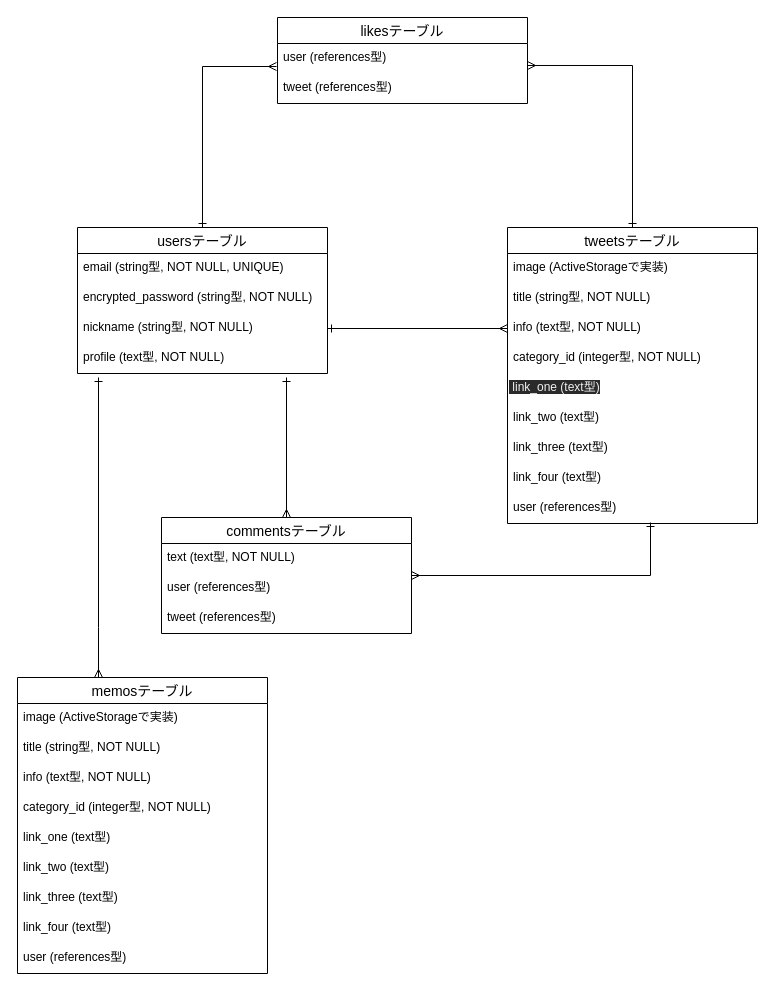
Earlier version of the draw.io diagram program_share_app.dio (deguchi0527/program-share-app). Source tidied: cells renumbered, new cells numbered last; positions are measured from the earlier drawing's top-left corner, leaving out a move shared by most shapes. Both pictures are drawn from the tidied source at 100%, with x=0, y=0 at pixel (17, 17).
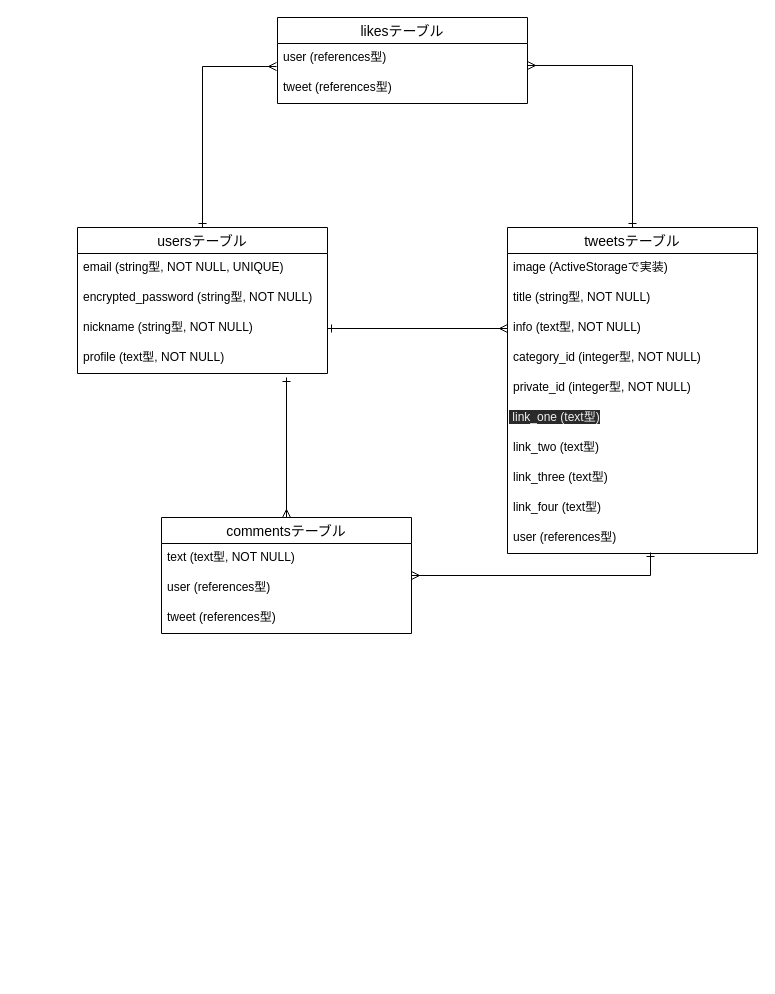
The same page after the edit.

Commit message (it also covers changes not shown here):
DB設計の変更

What changed in the source:
```diff
@@
     <mxCell id="9" value="tweetsテーブル" style="swimlane;fontStyle=0;horizontal=1;startSize=26;align=center;fontSize=14;" parent="1" vertex="1">
-      <mxGeometry x="490" y="210" width="250" height="296" as="geometry" />
+      <mxGeometry x="490" y="210" width="250" height="326" as="geometry" />
     </mxCell>
@@
+    <mxCell id="40" value="private_id (integer型, NOT NULL)" style="text;strokeColor=none;fillColor=none;spacingLeft=4;spacingRight=4;overflow=hidden;fontSize=12;" parent="9" vertex="1">
+      <mxGeometry y="146" width="250" height="30" as="geometry" />
+    </mxCell>
     <mxCell id="14" value="&lt;span style=&quot;color: rgb(240 , 240 , 240) ; font-family: &amp;#34;helvetica&amp;#34; ; font-size: 12px ; font-style: normal ; font-weight: 400 ; letter-spacing: normal ; text-align: left ; text-indent: 0px ; text-transform: none ; word-spacing: 0px ; background-color: rgb(42 , 42 , 42) ; display: inline ; float: none&quot;&gt;&amp;nbsp;link_one (text型)&lt;/span&gt;" style="text;whiteSpace=wrap;html=1;" parent="9" vertex="1">
-      <mxGeometry y="146" width="250" height="30" as="geometry" />
+      <mxGeometry y="176" width="250" height="30" as="geometry" />
     </mxCell>
     <mxCell id="15" value="link_two (text型)" style="text;strokeColor=none;fillColor=none;spacingLeft=4;spacingRight=4;overflow=hidden;fontSize=12;" parent="9" vertex="1">
-      <mxGeometry y="176" width="250" height="30" as="geometry" />
+      <mxGeometry y="206" width="250" height="30" as="geometry" />
     </mxCell>
     <mxCell id="16" value="link_three (text型)" style="text;strokeColor=none;fillColor=none;spacingLeft=4;spacingRight=4;overflow=hidden;fontSize=12;" parent="9" vertex="1">
-      <mxGeometry y="206" width="250" height="30" as="geometry" />
+      <mxGeometry y="236" width="250" height="30" as="geometry" />
     </mxCell>
     <mxCell id="17" value="link_four (text型)" style="text;strokeColor=none;fillColor=none;spacingLeft=4;spacingRight=4;overflow=hidden;fontSize=12;" parent="9" vertex="1">
-      <mxGeometry y="236" width="250" height="30" as="geometry" />
+      <mxGeometry y="266" width="250" height="30" as="geometry" />
     </mxCell>
     <mxCell id="18" value="user (references型)" style="text;strokeColor=none;fillColor=none;spacingLeft=4;spacingRight=4;overflow=hidden;points=[[0,0.5],[1,0.5]];portConstraint=eastwest;fontSize=12;" parent="9" vertex="1">
-      <mxGeometry y="266" width="250" height="30" as="geometry" />
+      <mxGeometry y="296" width="250" height="30" as="geometry" />
     </mxCell>
@@
-    <mxCell id="29" style="edgeStyle=orthogonalEdgeStyle;rounded=0;jettySize=auto;html=1;startArrow=ERmany;startFill=0;endArrow=ERone;endFill=0;" parent="1" edge="1" source="30">
-      <mxGeometry relative="1" as="geometry">
-        <mxPoint x="81" y="360" as="targetPoint" />
-        <Array as="points">
-          <mxPoint x="81" y="610" />
-          <mxPoint x="81" y="610" />
-        </Array>
-      </mxGeometry>
-    </mxCell>
-    <mxCell id="30" value="memosテーブル" style="swimlane;fontStyle=0;horizontal=1;startSize=26;align=center;fontSize=14;" parent="1" vertex="1">
-      <mxGeometry y="660" width="250" height="296" as="geometry" />
-    </mxCell>
-    <mxCell id="31" value="image (ActiveStorageで実装)" style="text;strokeColor=none;fillColor=none;spacingLeft=4;spacingRight=4;overflow=hidden;fontSize=12;" parent="30" vertex="1">
-      <mxGeometry y="26" width="250" height="30" as="geometry" />
-    </mxCell>
-    <mxCell id="32" value="title (string型, NOT NULL)" style="text;strokeColor=none;fillColor=none;spacingLeft=4;spacingRight=4;overflow=hidden;fontSize=12;" parent="30" vertex="1">
-      <mxGeometry y="56" width="250" height="30" as="geometry" />
-    </mxCell>
-    <mxCell id="33" value="info (text型, NOT NULL)" style="text;strokeColor=none;fillColor=none;spacingLeft=4;spacingRight=4;overflow=hidden;fontSize=12;" parent="30" vertex="1">
-      <mxGeometry y="86" width="250" height="30" as="geometry" />
-    </mxCell>
-    <mxCell id="34" value="category_id (integer型, NOT NULL)" style="text;strokeColor=none;fillColor=none;spacingLeft=4;spacingRight=4;overflow=hidden;fontSize=12;" parent="30" vertex="1">
-      <mxGeometry y="116" width="250" height="30" as="geometry" />
-    </mxCell>
-    <mxCell id="35" value="link_one (text型)" style="text;strokeColor=none;fillColor=none;spacingLeft=4;spacingRight=4;overflow=hidden;fontSize=12;" parent="30" vertex="1">
-      <mxGeometry y="146" width="250" height="30" as="geometry" />
-    </mxCell>
-    <mxCell id="36" value="link_two (text型)" style="text;strokeColor=none;fillColor=none;spacingLeft=4;spacingRight=4;overflow=hidden;fontSize=12;" parent="30" vertex="1">
-      <mxGeometry y="176" width="250" height="30" as="geometry" />
-    </mxCell>
-    <mxCell id="37" value="link_three (text型)" style="text;strokeColor=none;fillColor=none;spacingLeft=4;spacingRight=4;overflow=hidden;fontSize=12;" parent="30" vertex="1">
-      <mxGeometry y="206" width="250" height="30" as="geometry" />
-    </mxCell>
-    <mxCell id="38" value="link_four (text型)" style="text;strokeColor=none;fillColor=none;spacingLeft=4;spacingRight=4;overflow=hidden;fontSize=12;" parent="30" vertex="1">
-      <mxGeometry y="236" width="250" height="30" as="geometry" />
-    </mxCell>
-    <mxCell id="39" value="user (references型)" style="text;strokeColor=none;fillColor=none;spacingLeft=4;spacingRight=4;overflow=hidden;fontSize=12;" parent="30" vertex="1">
-      <mxGeometry y="266" width="250" height="30" as="geometry" />
-    </mxCell>
```
